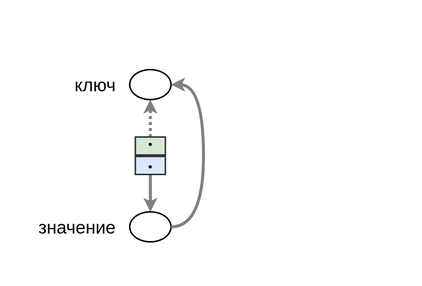
This is 2021-ru-es6-collection-internals/slides/images/weak-hash-map-3.png from puzpuzpuz/talks, a draw.io export, as it was before one commit. Source tidied: cells renumbered, new cells last; positions are measured from the earlier drawing's top-left corner, leaving out a move shared by most shapes.
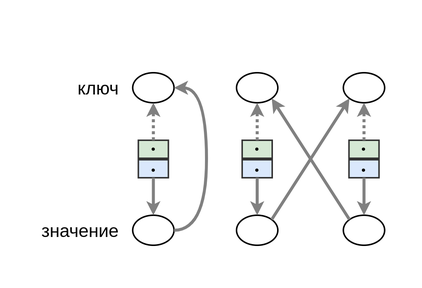
The same diagram one commit later.

Diff of the diagram source:
```diff
@@ -2,40 +2,85 @@
   <root>
     <mxCell id="0" />
     <mxCell id="1" parent="0" />
-    <mxCell id="2" style="rounded=0;whiteSpace=wrap;html=1;align=right;fillColor=none;strokeColor=#FFFFFF;" parent="1" vertex="1">
+    <mxCell id="2" style="group;" parent="1" vertex="1">
       <mxGeometry width="260" height="170" as="geometry" />
     </mxCell>
-    <mxCell id="3" style="endArrow=classic;html=1;fontSize=6;startSize=3;endSize=3;exitX=0.5;exitY=0;exitDx=0;exitDy=0;fillColor=#d5e8d4;entryX=0.5;entryY=1;entryDx=0;entryDy=0;strokeColor=#808080;dashed=1;dashPattern=1 1;strokeWidth=2;" parent="1" edge="1" source="5" target="7">
-      <mxGeometry relative="1" as="geometry" />
+    <mxCell id="3" style="rounded=0;whiteSpace=wrap;html=1;align=right;fillColor=none;strokeColor=#FFFFFF;" parent="2" vertex="1">
+      <mxGeometry width="260" height="170" as="geometry" />
     </mxCell>
-    <mxCell id="4" style="endArrow=classic;html=1;fontSize=6;startSize=3;endSize=3;exitX=0.5;exitY=1;exitDx=0;exitDy=0;fillColor=#d5e8d4;entryX=0.5;entryY=0;entryDx=0;entryDy=0;strokeColor=#808080;strokeWidth=2;" parent="1" edge="1" source="6" target="8">
-      <mxGeometry relative="1" as="geometry" />
+    <mxCell id="4" value="&lt;span style=&quot;font-size: 8px&quot;&gt;•&lt;/span&gt;" style="rounded=0;whiteSpace=wrap;html=1;fillColor=#d5e8d4;strokeColor=#333333;fontSize=11;spacingBottom=4;spacingTop=1;" parent="2" vertex="1">
+      <mxGeometry x="84.6" y="86" width="20" height="12" as="geometry" />
     </mxCell>
-    <mxCell id="5" value="&lt;span style=&quot;font-size: 8px&quot;&gt;•&lt;/span&gt;" style="rounded=0;whiteSpace=wrap;html=1;fillColor=#d5e8d4;strokeColor=#333333;fontSize=11;spacingBottom=4;spacingTop=1;" parent="1" vertex="1">
-      <mxGeometry x="84.6" y="86" width="20" height="12" as="geometry" />
+    <mxCell id="5" value="&lt;span style=&quot;font-size: 8px&quot;&gt;•&lt;/span&gt;" style="rounded=0;whiteSpace=wrap;html=1;fillColor=#dae8fc;strokeColor=#333333;fontSize=9;" parent="2" vertex="1">
+      <mxGeometry x="84.6" y="99" width="20" height="12" as="geometry" />
     </mxCell>
-    <mxCell id="6" value="&lt;span style=&quot;font-size: 8px&quot;&gt;•&lt;/span&gt;" style="rounded=0;whiteSpace=wrap;html=1;fillColor=#dae8fc;strokeColor=#333333;fontSize=9;" parent="1" vertex="1">
-      <mxGeometry x="84.6" y="99" width="20" height="12" as="geometry" />
+    <mxCell id="6" style="ellipse;whiteSpace=wrap;html=1;" parent="2" vertex="1">
+      <mxGeometry x="80.9" y="41" width="27.5" height="20" as="geometry" />
     </mxCell>
-    <mxCell id="7" style="ellipse;whiteSpace=wrap;html=1;" parent="1" vertex="1">
-      <mxGeometry x="80.9" y="41" width="27.5" height="20" as="geometry" />
+    <mxCell id="7" style="endArrow=classic;html=1;fontSize=6;startSize=3;endSize=3;exitX=0.5;exitY=0;exitDx=0;exitDy=0;fillColor=#d5e8d4;entryX=0.5;entryY=1;entryDx=0;entryDy=0;strokeColor=#808080;dashed=1;dashPattern=1 1;strokeWidth=2;" parent="2" edge="1" source="4" target="6">
+      <mxGeometry relative="1" as="geometry" />
     </mxCell>
-    <mxCell id="8" style="ellipse;whiteSpace=wrap;html=1;" parent="1" vertex="1">
+    <mxCell id="8" style="ellipse;whiteSpace=wrap;html=1;" parent="2" vertex="1">
       <mxGeometry x="80.9" y="136" width="27.5" height="20" as="geometry" />
     </mxCell>
-    <mxCell id="9" value="ключ" style="text;html=1;strokeColor=none;fillColor=none;align=right;verticalAlign=middle;whiteSpace=wrap;rounded=0;" parent="1" vertex="1">
+    <mxCell id="9" value="ключ" style="text;html=1;strokeColor=none;fillColor=none;align=right;verticalAlign=middle;whiteSpace=wrap;rounded=0;" parent="2" vertex="1">
       <mxGeometry x="11.9" y="41" width="61.8" height="20" as="geometry" />
     </mxCell>
-    <mxCell id="10" value="значение" style="text;html=1;strokeColor=none;fillColor=none;align=right;verticalAlign=middle;whiteSpace=wrap;rounded=0;" parent="1" vertex="1">
+    <mxCell id="10" value="значение" style="text;html=1;strokeColor=none;fillColor=none;align=right;verticalAlign=middle;whiteSpace=wrap;rounded=0;" parent="2" vertex="1">
       <mxGeometry x="11.9" y="136" width="61.8" height="20" as="geometry" />
     </mxCell>
-    <mxCell id="11" style="endArrow=classic;html=1;fontSize=6;startSize=3;endSize=3;exitX=1;exitY=0.5;exitDx=0;exitDy=0;fillColor=#d5e8d4;entryX=1;entryY=0.5;entryDx=0;entryDy=0;strokeColor=#808080;strokeWidth=2;edgeStyle=orthogonalEdgeStyle;curved=1;" parent="1" edge="1" source="8" target="7">
-      <mxGeometry relative="1" as="geometry">
-        <Array as="points">
-          <mxPoint x="130" y="146" />
-          <mxPoint x="130" y="51" />
-        </Array>
-      </mxGeometry>
+    <mxCell id="11" style="endArrow=classic;html=1;fontSize=6;startSize=3;endSize=3;exitX=0.5;exitY=1;exitDx=0;exitDy=0;fillColor=#d5e8d4;entryX=0.5;entryY=0;entryDx=0;entryDy=0;strokeColor=#808080;strokeWidth=2;" parent="2" edge="1" source="5" target="8">
+      <mxGeometry relative="1" as="geometry" />
     </mxCell>
+    <mxCell id="12" style="endArrow=classic;html=1;fontSize=6;startSize=3;endSize=3;exitX=1;exitY=0.5;exitDx=0;exitDy=0;fillColor=#d5e8d4;entryX=1;entryY=0.5;entryDx=0;entryDy=0;strokeColor=#808080;strokeWidth=2;edgeStyle=orthogonalEdgeStyle;curved=1;" parent="2" edge="1" source="8" target="6">
+      <mxGeometry relative="1" as="geometry">
+        <Array as="points">
+          <mxPoint x="130" y="146" />
+          <mxPoint x="130" y="51" />
+        </Array>
+      </mxGeometry>
+    </mxCell>
+    <mxCell id="13" value="&lt;span style=&quot;font-size: 8px&quot;&gt;•&lt;/span&gt;" style="rounded=0;whiteSpace=wrap;html=1;fillColor=#d5e8d4;strokeColor=#333333;fontSize=11;spacingBottom=4;spacingTop=1;" parent="2" vertex="1">
+      <mxGeometry x="153.8" y="86" width="20" height="12" as="geometry" />
+    </mxCell>
+    <mxCell id="14" value="&lt;span style=&quot;font-size: 8px&quot;&gt;•&lt;/span&gt;" style="rounded=0;whiteSpace=wrap;html=1;fillColor=#dae8fc;strokeColor=#333333;fontSize=9;" parent="2" vertex="1">
+      <mxGeometry x="153.8" y="99" width="20" height="12" as="geometry" />
+    </mxCell>
+    <mxCell id="15" style="ellipse;whiteSpace=wrap;html=1;" parent="2" vertex="1">
+      <mxGeometry x="150" y="41" width="27.5" height="20" as="geometry" />
+    </mxCell>
+    <mxCell id="16" style="endArrow=classic;html=1;fontSize=6;startSize=3;endSize=3;exitX=0.5;exitY=0;exitDx=0;exitDy=0;fillColor=#d5e8d4;entryX=0.5;entryY=1;entryDx=0;entryDy=0;strokeColor=#808080;dashed=1;dashPattern=1 1;strokeWidth=2;" parent="2" edge="1" source="13" target="15">
+      <mxGeometry relative="1" as="geometry" />
+    </mxCell>
+    <mxCell id="17" style="ellipse;whiteSpace=wrap;html=1;" parent="2" vertex="1">
+      <mxGeometry x="150" y="136" width="27.5" height="20" as="geometry" />
+    </mxCell>
+    <mxCell id="18" style="endArrow=classic;html=1;fontSize=6;startSize=3;endSize=3;exitX=0.5;exitY=1;exitDx=0;exitDy=0;fillColor=#d5e8d4;entryX=0.5;entryY=0;entryDx=0;entryDy=0;strokeColor=#808080;strokeWidth=2;" parent="2" edge="1" source="14" target="17">
+      <mxGeometry relative="1" as="geometry" />
+    </mxCell>
+    <mxCell id="19" style="endArrow=classic;html=1;fontSize=6;startSize=3;endSize=3;exitX=1;exitY=0;exitDx=0;exitDy=0;fillColor=#d5e8d4;strokeColor=#808080;strokeWidth=2;entryX=0;entryY=1;entryDx=0;entryDy=0;" parent="2" edge="1" source="17" target="22">
+      <mxGeometry relative="1" as="geometry" />
+    </mxCell>
+    <mxCell id="20" value="&lt;span style=&quot;font-size: 8px&quot;&gt;•&lt;/span&gt;" style="rounded=0;whiteSpace=wrap;html=1;fillColor=#d5e8d4;strokeColor=#333333;fontSize=11;spacingBottom=4;spacingTop=1;" parent="2" vertex="1">
+      <mxGeometry x="224.9" y="86" width="20" height="12" as="geometry" />
+    </mxCell>
+    <mxCell id="21" value="&lt;span style=&quot;font-size: 8px&quot;&gt;•&lt;/span&gt;" style="rounded=0;whiteSpace=wrap;html=1;fillColor=#dae8fc;strokeColor=#333333;fontSize=9;" parent="2" vertex="1">
+      <mxGeometry x="224.9" y="99" width="20" height="12" as="geometry" />
+    </mxCell>
+    <mxCell id="22" style="ellipse;whiteSpace=wrap;html=1;" parent="2" vertex="1">
+      <mxGeometry x="221.1" y="41" width="27.5" height="20" as="geometry" />
+    </mxCell>
+    <mxCell id="23" style="endArrow=classic;html=1;fontSize=6;startSize=3;endSize=3;exitX=0.5;exitY=0;exitDx=0;exitDy=0;fillColor=#d5e8d4;entryX=0.5;entryY=1;entryDx=0;entryDy=0;strokeColor=#808080;dashed=1;dashPattern=1 1;strokeWidth=2;" parent="2" edge="1" source="20" target="22">
+      <mxGeometry relative="1" as="geometry" />
+    </mxCell>
+    <mxCell id="24" style="ellipse;whiteSpace=wrap;html=1;" parent="2" vertex="1">
+      <mxGeometry x="221.1" y="136" width="27.5" height="20" as="geometry" />
+    </mxCell>
+    <mxCell id="25" style="endArrow=classic;html=1;fontSize=6;startSize=3;endSize=3;exitX=0.5;exitY=1;exitDx=0;exitDy=0;fillColor=#d5e8d4;entryX=0.5;entryY=0;entryDx=0;entryDy=0;strokeColor=#808080;strokeWidth=2;" parent="2" edge="1" source="21" target="24">
+      <mxGeometry relative="1" as="geometry" />
+    </mxCell>
+    <mxCell id="26" style="endArrow=classic;html=1;fontSize=6;startSize=3;endSize=3;exitX=0;exitY=0;exitDx=0;exitDy=0;fillColor=#d5e8d4;strokeColor=#808080;strokeWidth=2;entryX=1;entryY=1;entryDx=0;entryDy=0;" parent="2" edge="1" source="24" target="15">
+      <mxGeometry relative="1" as="geometry" />
+    </mxCell>
   </root>
 </mxGraphModel>
```
